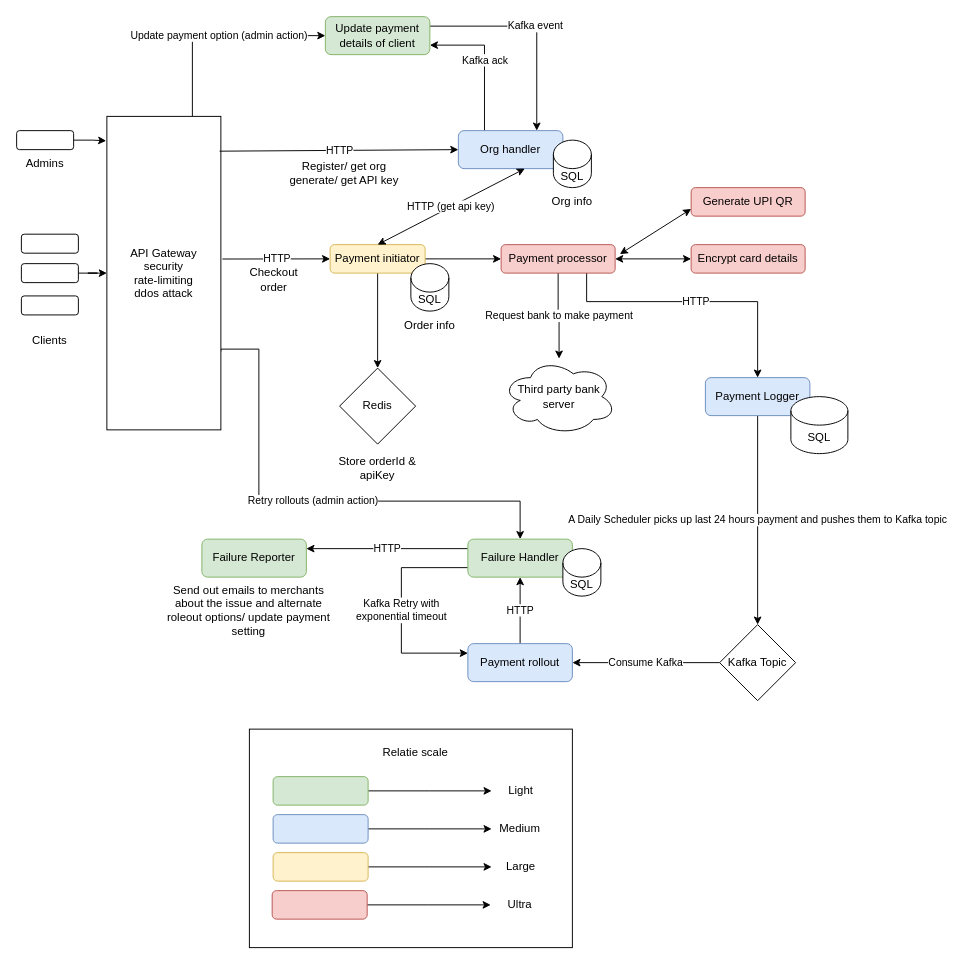
Before: razorpay/razorpay.drawio in harirehm/draw.io, a draw.io diagram. Source tidied: cells renumbered, new cells numbered last; positions are measured from the earlier drawing's top-left corner, leaving out a move shared by most shapes. Both pictures are drawn from the tidied source at 95%, with x=0, y=0 at pixel (16, 16).
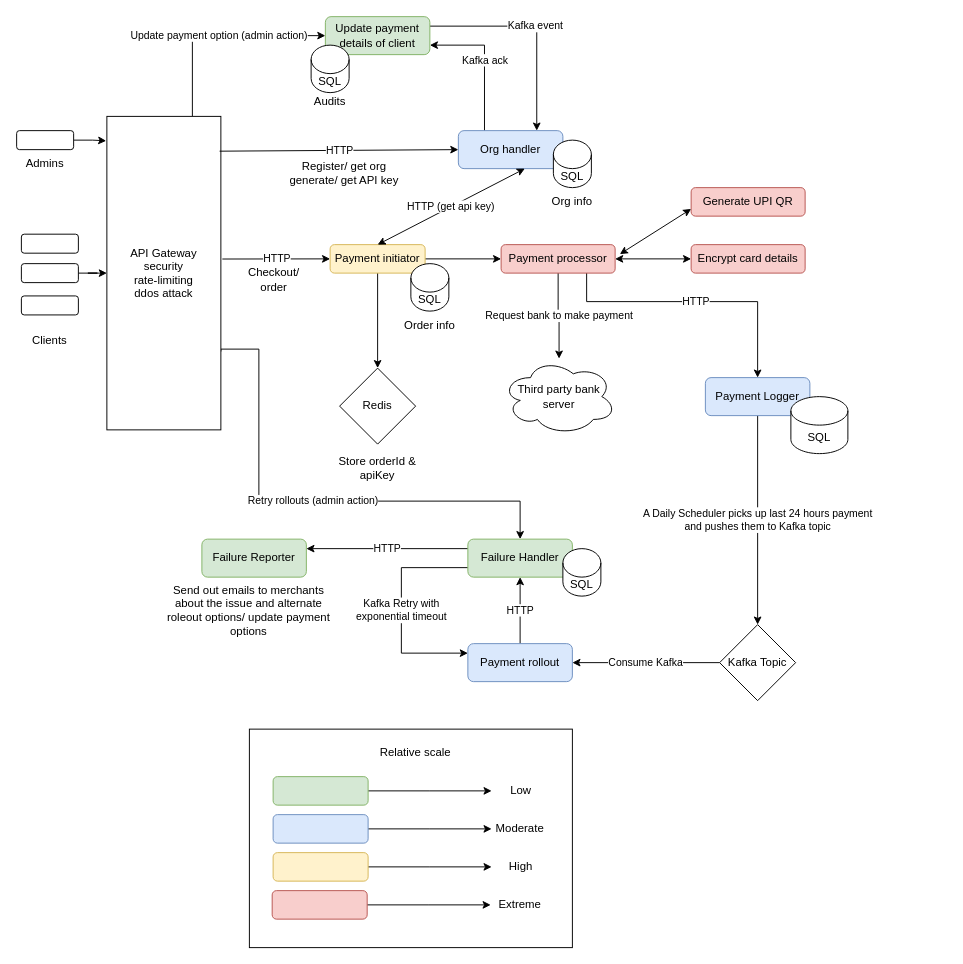
The same page after the edit.

The change refers to these unchanged cells:
```xml
<mxCell id="46" value="Payment Logger" style="rounded=1;whiteSpace=wrap;html=1;fillColor=#dae8fc;strokeColor=#6c8ebf;" parent="1" vertex="1">
  <mxGeometry x="725" y="380" width="110" height="40" as="geometry" />
</mxCell>
```

What changed in the source:
```diff
@@
-    <mxCell id="22" value="Checkout&lt;div&gt;order&lt;/div&gt;" style="text;html=1;whiteSpace=wrap;strokeColor=none;fillColor=none;align=center;verticalAlign=middle;rounded=0;" parent="1" vertex="1">
+    <mxCell id="22" value="Checkout/&lt;div&gt;order&lt;/div&gt;" style="text;html=1;whiteSpace=wrap;strokeColor=none;fillColor=none;align=center;verticalAlign=middle;rounded=0;" parent="1" vertex="1">
       <mxGeometry x="241" y="262" width="60" height="30" as="geometry" />
     </mxCell>
@@
-    <mxCell id="39" value="Light" style="text;html=1;whiteSpace=wrap;strokeColor=none;fillColor=none;align=center;verticalAlign=middle;rounded=0;" parent="1" vertex="1">
+    <mxCell id="39" value="Low" style="text;html=1;whiteSpace=wrap;strokeColor=none;fillColor=none;align=center;verticalAlign=middle;rounded=0;" parent="1" vertex="1">
       <mxGeometry x="501" y="800" width="60" height="30" as="geometry" />
     </mxCell>
-    <mxCell id="40" value="Medium" style="text;html=1;whiteSpace=wrap;strokeColor=none;fillColor=none;align=center;verticalAlign=middle;rounded=0;" parent="1" vertex="1">
+    <mxCell id="40" value="Moderate" style="text;html=1;whiteSpace=wrap;strokeColor=none;fillColor=none;align=center;verticalAlign=middle;rounded=0;" parent="1" vertex="1">
       <mxGeometry x="500" y="840" width="60" height="30" as="geometry" />
     </mxCell>
-    <mxCell id="41" value="Large" style="text;html=1;whiteSpace=wrap;strokeColor=none;fillColor=none;align=center;verticalAlign=middle;rounded=0;" parent="1" vertex="1">
+    <mxCell id="41" value="High" style="text;html=1;whiteSpace=wrap;strokeColor=none;fillColor=none;align=center;verticalAlign=middle;rounded=0;" parent="1" vertex="1">
       <mxGeometry x="501" y="880" width="60" height="30" as="geometry" />
     </mxCell>
-    <mxCell id="42" value="Relatie scale" style="text;html=1;whiteSpace=wrap;strokeColor=none;fillColor=none;align=center;verticalAlign=middle;rounded=0;" parent="1" vertex="1">
+    <mxCell id="42" value="Relative scale" style="text;html=1;whiteSpace=wrap;strokeColor=none;fillColor=none;align=center;verticalAlign=middle;rounded=0;" parent="1" vertex="1">
       <mxGeometry x="370" y="760" width="100" height="30" as="geometry" />
     </mxCell>
@@
-    <mxCell id="45" value="A Daily Scheduler picks up last 24 hours payment and pushes them to Kafka topic" style="edgeStyle=orthogonalEdgeStyle;rounded=0;jettySize=auto;html=1;exitX=0.5;exitY=1;exitDx=0;exitDy=0;" parent="1" edge="1" source="46">
+    <mxCell id="45" value="A Daily Scheduler picks up last 24 hours payment&lt;div&gt;and pushes them to Kafka topic&lt;/div&gt;" style="edgeStyle=orthogonalEdgeStyle;rounded=0;jettySize=auto;html=1;exitX=0.5;exitY=1;exitDx=0;exitDy=0;" parent="1" edge="1" source="46">
       <mxGeometry relative="1" as="geometry">
         <mxPoint x="780" y="640" as="targetPoint" />
       </mxGeometry>
     </mxCell>
@@
-    <mxCell id="57" value="Send out emails to merchants about the issue and alternate roleout options/ update payment setting" style="text;html=1;whiteSpace=wrap;strokeColor=none;fillColor=none;align=center;verticalAlign=middle;rounded=0;" parent="1" vertex="1">
+    <mxCell id="57" value="Send out emails to merchants about the issue and alternate roleout options/ update payment options" style="text;html=1;whiteSpace=wrap;strokeColor=none;fillColor=none;align=center;verticalAlign=middle;rounded=0;" parent="1" vertex="1">
       <mxGeometry x="149" y="610" width="191" height="30" as="geometry" />
     </mxCell>
@@
-    <mxCell id="65" value="Ultra" style="text;html=1;whiteSpace=wrap;strokeColor=none;fillColor=none;align=center;verticalAlign=middle;rounded=0;" parent="1" vertex="1">
+    <mxCell id="65" value="Extreme" style="text;html=1;whiteSpace=wrap;strokeColor=none;fillColor=none;align=center;verticalAlign=middle;rounded=0;" parent="1" vertex="1">
       <mxGeometry x="500" y="920" width="60" height="30" as="geometry" />
     </mxCell>
+    <mxCell id="66" value="SQL" style="shape=cylinder3;whiteSpace=wrap;html=1;boundedLbl=1;backgroundOutline=1;size=15;" parent="1" vertex="1">
+      <mxGeometry x="310" y="30" width="40" height="50" as="geometry" />
+    </mxCell>
+    <mxCell id="67" value="Audits" style="text;html=1;whiteSpace=wrap;strokeColor=none;fillColor=none;align=center;verticalAlign=middle;rounded=0;" parent="1" vertex="1">
+      <mxGeometry x="300" y="75" width="60" height="30" as="geometry" />
+    </mxCell>
```
